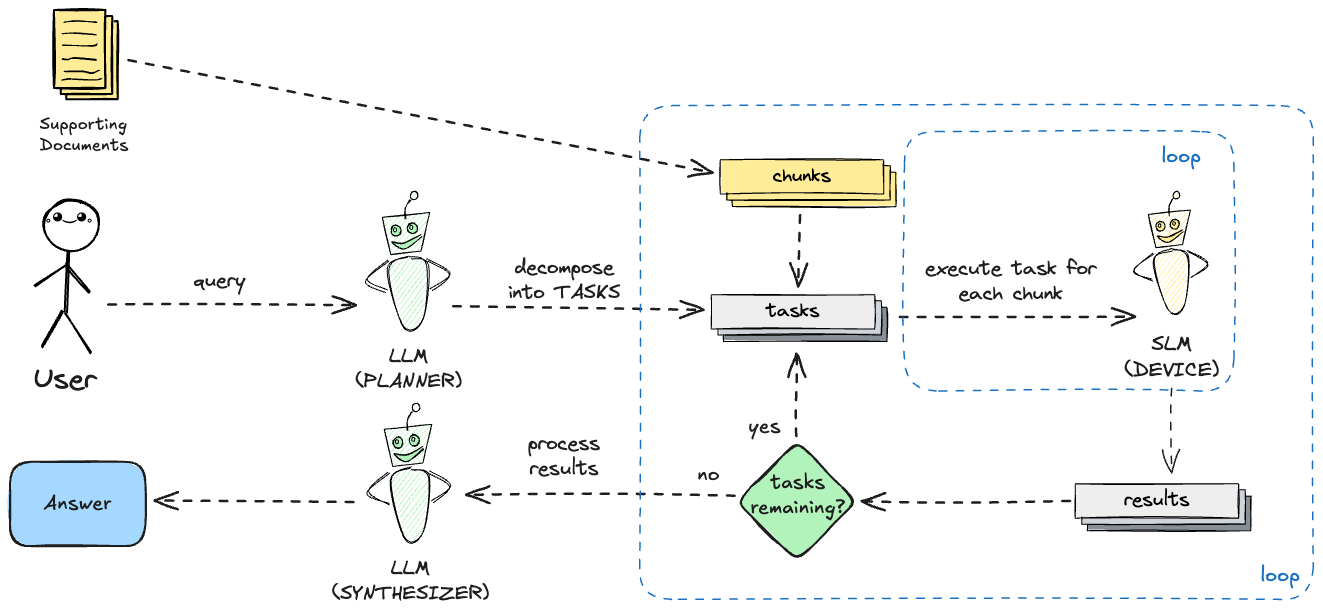
This is azurebootcamp-2026/graphics/05-minions.excalidraw.png from filipw/filipw.github.io, a Excalidraw export, as it was before one commit. Source tidied: one line per element, renumbered; positions are measured from the earlier drawing's top-left corner, leaving out a move shared by most shapes.
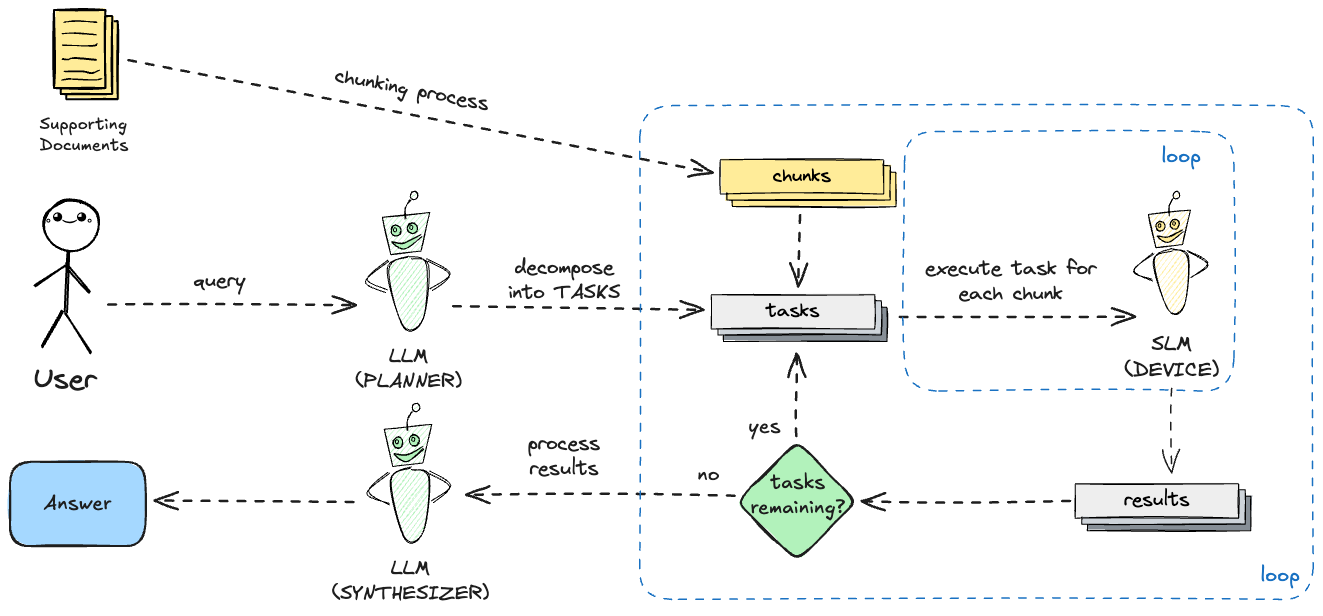
After the commit.

What changed in the source:
```diff
@@ -88,3 +88,4 @@
 {"id": 87, "type": "text", "text": "LLM\n(SYNTHESIZER)", "strokeColor": "#1e1e1e", "backgroundColor": "#b2f2bb", "fillStyle": "solid", "strokeWidth": 2, "roughness": 1, "fontSize": 20, "fontFamily": 1, "textAlign": "center", "x": 322, "y": 546, "width": 157, "height": 50}
 {"id": 88, "type": "arrow", "strokeColor": "#1e1e1e", "backgroundColor": "#ffec99", "fillStyle": "solid", "strokeWidth": 2, "strokeStyle": "dashed", "roughness": 1, "endArrowhead": "arrow", "round": true, "to": 38, "x": 344, "y": 493, "width": 200, "height": 2, "points": [[0, 0], [-200, -2]]}
 {"id": 89, "type": "text", "text": "process\nresults", "strokeColor": "#1e1e1e", "backgroundColor": "#b2f2bb", "fillStyle": "solid", "strokeWidth": 2, "strokeStyle": "dashed", "roughness": 1, "fontSize": 20, "fontFamily": 1, "textAlign": "center", "x": 518, "y": 422, "width": 72, "height": 50}
+{"id": 90, "type": "text", "text": "chunking process", "strokeColor": "#1e1e1e", "angle": 0.19, "backgroundColor": "#b2f2bb", "fillStyle": "solid", "strokeWidth": 2, "strokeStyle": "dashed", "roughness": 1, "fontSize": 20, "fontFamily": 1, "textAlign": "center", "x": 324, "y": 67, "width": 156, "height": 25}
```
